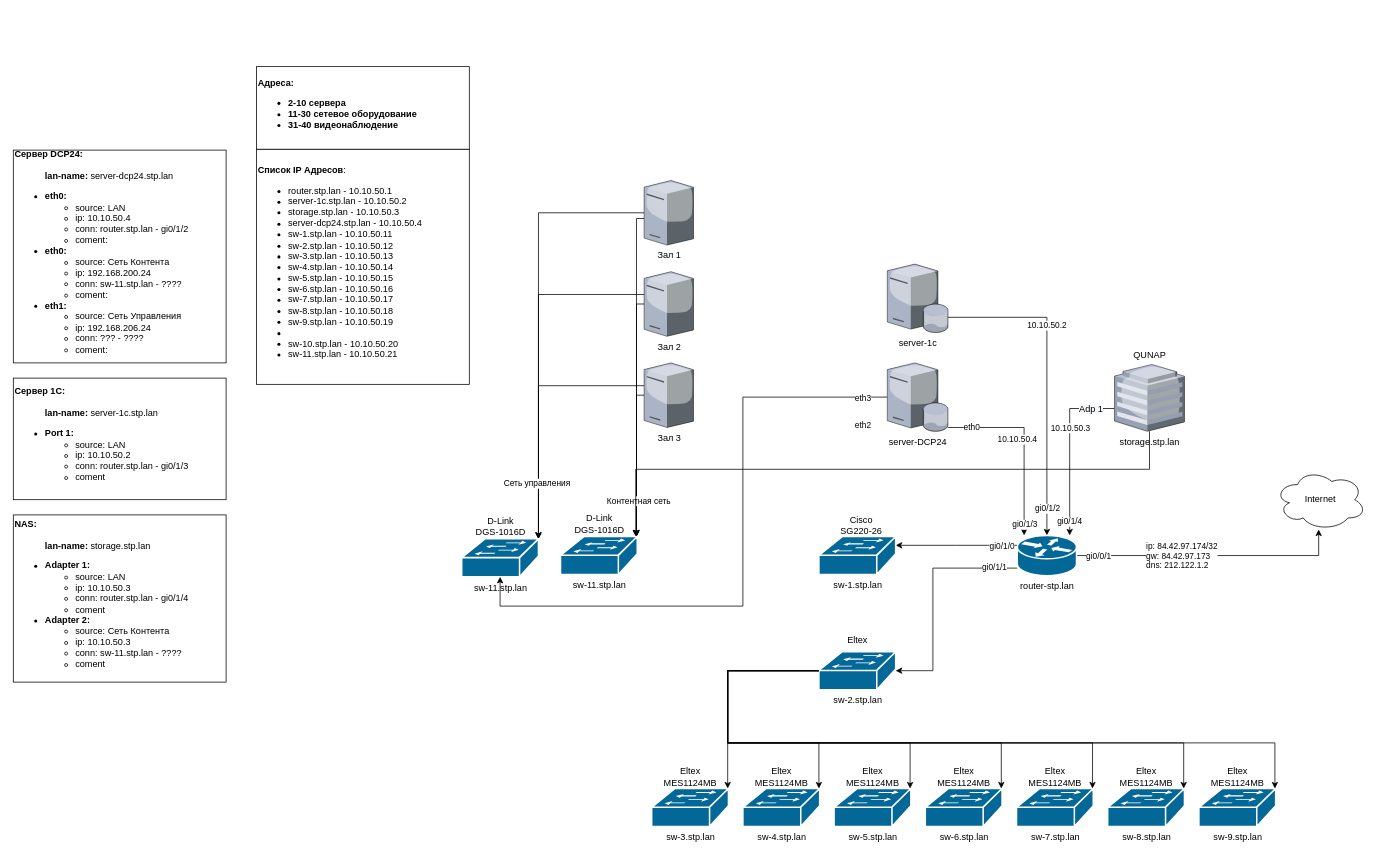
This is network-map.drawio from lex1010011010/kino-khv, a draw.io file, before an edit. Source tidied: cells renumbered, new cells numbered last; positions are measured from the earlier drawing's top-left corner, leaving out a move shared by most shapes. Both pictures are drawn from the tidied source at 76%, with x=0, y=0 at pixel (13, 66).
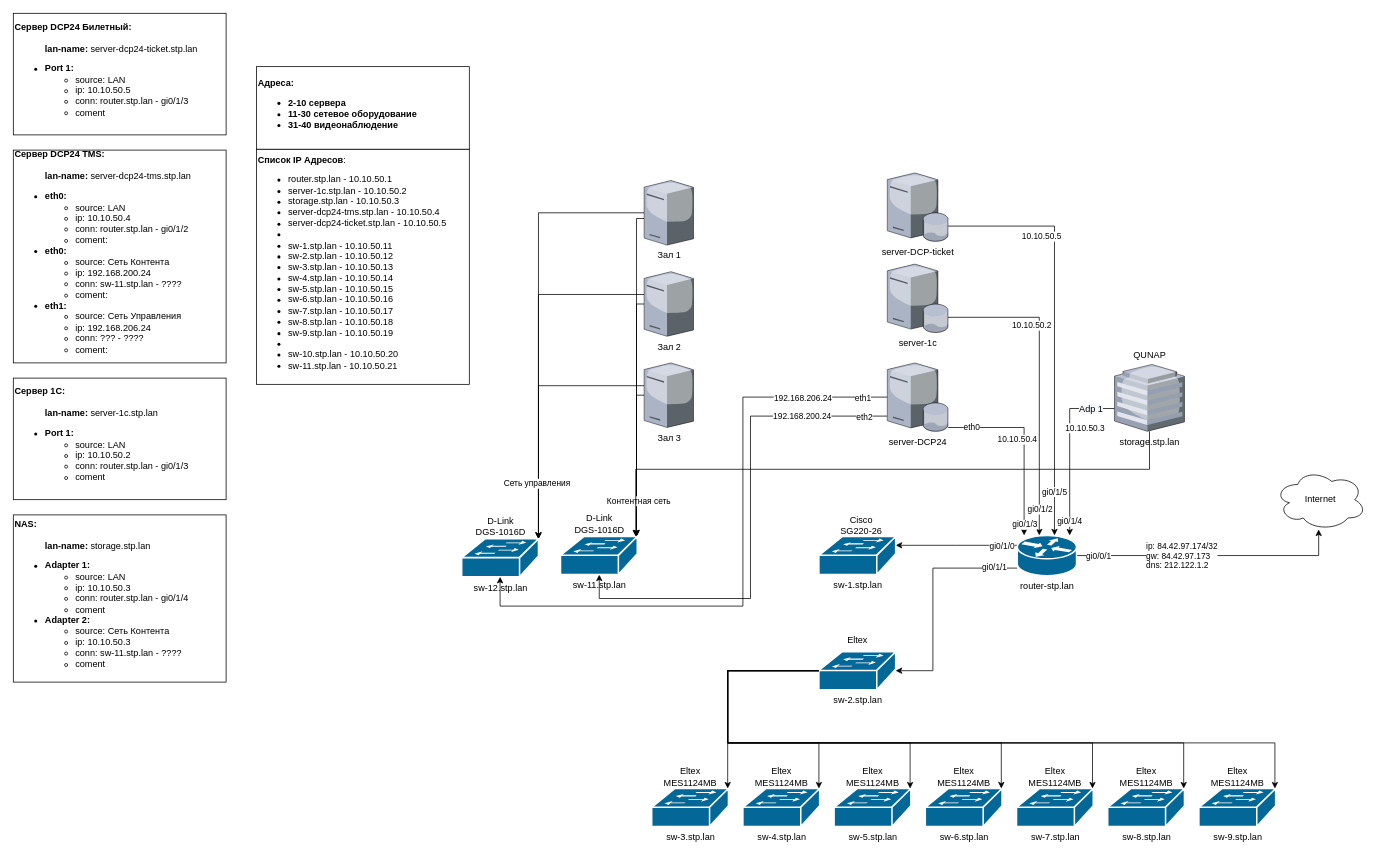
Above is the later version.

The change refers to these unchanged cells:
```xml
<mxCell id="16" style="edgeStyle=orthogonalEdgeStyle;rounded=0;jettySize=auto;html=1;endArrow=none;endFill=0;startArrow=classic;startFill=1;" parent="1" edge="1" source="20" target="86">
  <mxGeometry relative="1" as="geometry">
    <Array as="points">
      <mxPoint x="1390" y="450" />
    </Array>
  </mxGeometry>
</mxCell>
<mxCell id="20" value="router-stp.lan" style="shape=mxgraph.cisco.routers.router;sketch=0;html=1;dashed=0;fillColor=#036897;strokeColor=#ffffff;strokeWidth=2;verticalLabelPosition=bottom;verticalAlign=top;align=center;outlineConnect=0;" parent="1" vertex="1">
  <mxGeometry x="1321" y="617" width="78" height="53" as="geometry" />
</mxCell>
<mxCell id="24" value="server-1c" style="verticalLabelPosition=bottom;sketch=0;html=1;verticalAlign=top;strokeColor=none;align=center;outlineConnect=0;shape=mxgraph.citrix.database_server;" parent="1" vertex="1">
  <mxGeometry x="1150" y="260" width="80" height="90" as="geometry" />
</mxCell>
<mxCell id="25" value="server-DCP24" style="verticalLabelPosition=bottom;sketch=0;html=1;verticalAlign=top;strokeColor=none;align=center;outlineConnect=0;shape=mxgraph.citrix.database_server;" parent="1" vertex="1">
  <mxGeometry x="1150" y="390" width="80" height="90" as="geometry" />
</mxCell>
<mxCell id="72" value="sw-11.stp.lan" style="shape=mxgraph.cisco.switches.workgroup_switch;sketch=0;html=1;dashed=0;fillColor=#036897;strokeColor=#ffffff;strokeWidth=2;verticalLabelPosition=bottom;verticalAlign=top;align=center;outlineConnect=0;" parent="71" vertex="1">
  <mxGeometry y="31.5" width="101" height="50" as="geometry" />
</mxCell>
<mxCell id="74" style="group;" parent="1" vertex="1">
  <mxGeometry x="590" y="590" width="101" height="81.5" as="geometry" />
</mxCell>
<mxCell id="77" style="edgeStyle=orthogonalEdgeStyle;rounded=0;jettySize=auto;html=1;endArrow=none;endFill=0;startArrow=classic;startFill=1;" parent="1" edge="1" source="75" target="25">
  <mxGeometry relative="1" as="geometry">
    <Array as="points">
      <mxPoint x="641" y="710" />
      <mxPoint x="960" y="710" />
      <mxPoint x="960" y="435" />
    </Array>
  </mxGeometry>
</mxCell>
<mxCell id="81" style="group;" parent="1" vertex="1">
  <mxGeometry x="320" y="0.2" width="280" height="418" as="geometry" />
</mxCell>
```

What changed in the source:
```diff
@@
     <mxCell id="5" style="edgeStyle=orthogonalEdgeStyle;rounded=0;jettySize=auto;html=1;endArrow=none;endFill=0;startArrow=classic;startFill=1;" parent="1" edge="1" source="20" target="24">
       <mxGeometry relative="1" as="geometry">
         <Array as="points">
-          <mxPoint x="1360" y="330" />
+          <mxPoint x="1350" y="330" />
         </Array>
       </mxGeometry>
     </mxCell>
     <mxCell id="6" value="10.10.50.2" style="edgeLabel;html=1;align=center;verticalAlign=middle;" parent="5" vertex="1">
       <mxGeometry x="0.67" y="2" relative="1" as="geometry">
-        <mxPoint x="60" y="8" as="offset" />
+        <mxPoint x="42" y="8" as="offset" />
       </mxGeometry>
     </mxCell>
@@
     <mxCell id="18" value="10.10.50.3" style="edgeLabel;html=1;align=center;verticalAlign=middle;" parent="16" vertex="1">
-      <mxGeometry x="0.26" relative="1" as="geometry" />
+      <mxGeometry x="0.26" relative="1" as="geometry">
+        <mxPoint x="19" as="offset" />
+      </mxGeometry>
     </mxCell>
@@
-    <mxCell id="21" style="edgeStyle=orthogonalEdgeStyle;rounded=0;jettySize=auto;html=1;strokeColor=none;endArrow=none;endFill=0;startArrow=classic;startFill=1;" parent="1" edge="1" source="72" target="25">
-      <mxGeometry relative="1" as="geometry">
-        <Array as="points">
-          <mxPoint x="1000" y="643" />
-          <mxPoint x="1000" y="470" />
-        </Array>
-      </mxGeometry>
-    </mxCell>
-    <mxCell id="22" value="eth2" style="edgeLabel;html=1;align=center;verticalAlign=middle;" parent="21" vertex="1">
-      <mxGeometry x="0.87" y="-1" relative="1" as="geometry" />
-    </mxCell>
@@
+    <mxCell id="89" style="edgeStyle=orthogonalEdgeStyle;rounded=0;jettySize=auto;html=1;startArrow=none;startFill=0;endArrow=classic;endFill=1;" parent="1" edge="1" source="25" target="72">
+      <mxGeometry relative="1" as="geometry">
+        <Array as="points">
+          <mxPoint x="970" y="460" />
+          <mxPoint x="970" y="700" />
+          <mxPoint x="771" y="700" />
+        </Array>
+      </mxGeometry>
+    </mxCell>
+    <mxCell id="22" value="eth2" style="edgeLabel;html=1;align=center;verticalAlign=middle;" parent="89" vertex="1">
+      <mxGeometry x="-0.9" y="1" relative="1" as="geometry">
+        <mxPoint x="2" as="offset" />
+      </mxGeometry>
+    </mxCell>
+    <mxCell id="90" value="192.168.200.24" style="edgeLabel;html=1;align=center;verticalAlign=middle;" parent="89" vertex="1">
+      <mxGeometry x="-0.65" y="-1" relative="1" as="geometry">
+        <mxPoint x="1" as="offset" />
+      </mxGeometry>
+    </mxCell>
@@
-    <mxCell id="75" value="sw-11.stp.lan" style="shape=mxgraph.cisco.switches.workgroup_switch;sketch=0;html=1;dashed=0;fillColor=#036897;strokeColor=#ffffff;strokeWidth=2;verticalLabelPosition=bottom;verticalAlign=top;align=center;outlineConnect=0;" parent="74" vertex="1">
+    <mxCell id="75" value="sw-12.stp.lan" style="shape=mxgraph.cisco.switches.workgroup_switch;sketch=0;html=1;dashed=0;fillColor=#036897;strokeColor=#ffffff;strokeWidth=2;verticalLabelPosition=bottom;verticalAlign=top;align=center;outlineConnect=0;" parent="74" vertex="1">
       <mxGeometry y="31.5" width="101" height="50" as="geometry" />
     </mxCell>
@@
-    <mxCell id="78" value="eth3" style="edgeLabel;html=1;align=center;verticalAlign=middle;" parent="77" vertex="1">
+    <mxCell id="78" value="eth1" style="edgeLabel;html=1;align=center;verticalAlign=middle;" parent="77" vertex="1">
       <mxGeometry x="0.91" y="-1" relative="1" as="geometry">
         <mxPoint x="4" y="-1" as="offset" />
       </mxGeometry>
     </mxCell>
+    <mxCell id="91" value="192.168.206.24" style="edgeLabel;html=1;align=center;verticalAlign=middle;" parent="77" vertex="1">
+      <mxGeometry x="0.67" relative="1" as="geometry">
+        <mxPoint x="24" as="offset" />
+      </mxGeometry>
+    </mxCell>
-    <mxCell id="79" value="&lt;div&gt;&lt;b&gt;Сервер DCP24:&lt;/b&gt;&lt;/div&gt;&lt;div&gt;&lt;b&gt;&lt;br&gt;&lt;/b&gt;&lt;/div&gt;&lt;blockquote style=&quot;margin: 0 0 0 40px ; border: none ; padding: 0px&quot;&gt;&lt;div&gt;&lt;b&gt;lan-name: &lt;/b&gt;server-dcp24.stp.lan&lt;/div&gt;&lt;/blockquote&gt;&lt;div&gt;&lt;ul&gt;&lt;li style=&quot;font-weight: bold&quot;&gt;&lt;b&gt;eth0:&lt;/b&gt;&lt;/li&gt;&lt;ul&gt;&lt;li&gt;source: LAN&lt;/li&gt;&lt;li&gt;ip: 10.10.50.4&lt;/li&gt;&lt;li&gt;conn: router.stp.lan - gi0/1/2&lt;/li&gt;&lt;li&gt;coment:&lt;/li&gt;&lt;/ul&gt;&lt;li style=&quot;font-weight: bold&quot;&gt;&lt;b&gt;eth0:&lt;/b&gt;&lt;/li&gt;&lt;ul&gt;&lt;li&gt;source: Сеть Контента&lt;/li&gt;&lt;li&gt;ip: 192.168.200.24&lt;/li&gt;&lt;li&gt;conn: sw-11.stp.lan - ????&lt;/li&gt;&lt;li&gt;coment:&lt;/li&gt;&lt;/ul&gt;&lt;li style=&quot;font-weight: bold&quot;&gt;&lt;b&gt;eth1:&lt;/b&gt;&lt;/li&gt;&lt;ul&gt;&lt;li&gt;source: Сеть Управления&lt;/li&gt;&lt;li&gt;ip: 192.168.206.24&lt;/li&gt;&lt;li&gt;conn: ??? - ????&lt;/li&gt;&lt;li&gt;coment:&lt;/li&gt;&lt;/ul&gt;&lt;/ul&gt;&lt;/div&gt;&lt;span style=&quot;font-weight: bold&quot;&gt; &lt;/span&gt;&lt;span style=&quot;font-weight: bold&quot;&gt; &lt;/span&gt;" style="rounded=0;whiteSpace=wrap;html=1;align=left;" parent="1" vertex="1">
+    <mxCell id="79" value="&lt;div&gt;&lt;b&gt;Сервер DCP24 TMS:&lt;/b&gt;&lt;/div&gt;&lt;div&gt;&lt;b&gt;&lt;br&gt;&lt;/b&gt;&lt;/div&gt;&lt;blockquote style=&quot;margin: 0 0 0 40px ; border: none ; padding: 0px&quot;&gt;&lt;div&gt;&lt;b&gt;lan-name: &lt;/b&gt;server-dcp24-tms.stp.lan&lt;/div&gt;&lt;/blockquote&gt;&lt;div&gt;&lt;ul&gt;&lt;li style=&quot;font-weight: bold&quot;&gt;&lt;b&gt;eth0:&lt;/b&gt;&lt;/li&gt;&lt;ul&gt;&lt;li&gt;source: LAN&lt;/li&gt;&lt;li&gt;ip: 10.10.50.4&lt;/li&gt;&lt;li&gt;conn: router.stp.lan - gi0/1/2&lt;/li&gt;&lt;li&gt;coment:&lt;/li&gt;&lt;/ul&gt;&lt;li style=&quot;font-weight: bold&quot;&gt;&lt;b&gt;eth0:&lt;/b&gt;&lt;/li&gt;&lt;ul&gt;&lt;li&gt;source: Сеть Контента&lt;/li&gt;&lt;li&gt;ip: 192.168.200.24&lt;/li&gt;&lt;li&gt;conn: sw-11.stp.lan - ????&lt;/li&gt;&lt;li&gt;coment:&lt;/li&gt;&lt;/ul&gt;&lt;li style=&quot;font-weight: bold&quot;&gt;&lt;b&gt;eth1:&lt;/b&gt;&lt;/li&gt;&lt;ul&gt;&lt;li&gt;source: Сеть Управления&lt;/li&gt;&lt;li&gt;ip: 192.168.206.24&lt;/li&gt;&lt;li&gt;conn: ??? - ????&lt;/li&gt;&lt;li&gt;coment:&lt;/li&gt;&lt;/ul&gt;&lt;/ul&gt;&lt;/div&gt;&lt;span style=&quot;font-weight: bold&quot;&gt; &lt;/span&gt;&lt;span style=&quot;font-weight: bold&quot;&gt; &lt;/span&gt;" style="rounded=0;whiteSpace=wrap;html=1;align=left;" parent="1" vertex="1">
       <mxGeometry y="110" width="280" height="280" as="geometry" />
     </mxCell>
@@
-    <mxCell id="82" value="&lt;b&gt;Список IP Адресов&lt;/b&gt;:&lt;br&gt;&lt;ul&gt;&lt;li&gt;router.stp.lan - 10.10.50.1&lt;/li&gt;&lt;li&gt;server-1c.stp.lan - 10.10.50.2&lt;/li&gt;&lt;li&gt;storage.stp.lan - 10.10.50.3&lt;/li&gt;&lt;li&gt;server-dcp24.stp.lan - 10.10.50.4&lt;/li&gt;&lt;li&gt;sw-1.stp.lan - 10.10.50.11&lt;/li&gt;&lt;li&gt;sw-2.stp.lan - 10.10.50.12&lt;/li&gt;&lt;li&gt;sw-3.stp.lan - 10.10.50.13&lt;/li&gt;&lt;li&gt;sw-4.stp.lan - 10.10.50.14&lt;/li&gt;&lt;li&gt;sw-5.stp.lan - 10.10.50.15&lt;/li&gt;&lt;li&gt;sw-6.stp.lan - 10.10.50.16&lt;/li&gt;&lt;li&gt;sw-7.stp.lan - 10.10.50.17&lt;/li&gt;&lt;li&gt;sw-8.stp.lan - 10.10.50.18&lt;/li&gt;&lt;li&gt;sw-9.stp.lan - 10.10.50.19&lt;/li&gt;&lt;li&gt;&lt;br&gt;&lt;/li&gt;&lt;li&gt;sw-10.stp.lan - 10.10.50.20&lt;/li&gt;&lt;li&gt;sw-11.stp.lan - 10.10.50.21&lt;/li&gt;&lt;/ul&gt;" style="rounded=0;whiteSpace=wrap;html=1;align=left;" parent="81" vertex="1">
+    <mxCell id="82" value="&lt;b&gt;Список IP Адресов&lt;/b&gt;:&lt;br&gt;&lt;ul&gt;&lt;li&gt;router.stp.lan - 10.10.50.1&lt;/li&gt;&lt;li&gt;server-1c.stp.lan - 10.10.50.2&lt;/li&gt;&lt;li&gt;storage.stp.lan - 10.10.50.3&lt;/li&gt;&lt;li&gt;server-dcp24-tms.stp.lan - 10.10.50.4&lt;/li&gt;&lt;li&gt;server-dcp24-ticket.stp.lan - 10.10.50.5&lt;/li&gt;&lt;li&gt;&lt;br&gt;&lt;/li&gt;&lt;li&gt;sw-1.stp.lan - 10.10.50.11&lt;/li&gt;&lt;li&gt;sw-2.stp.lan - 10.10.50.12&lt;/li&gt;&lt;li&gt;sw-3.stp.lan - 10.10.50.13&lt;/li&gt;&lt;li&gt;sw-4.stp.lan - 10.10.50.14&lt;/li&gt;&lt;li&gt;sw-5.stp.lan - 10.10.50.15&lt;/li&gt;&lt;li&gt;sw-6.stp.lan - 10.10.50.16&lt;/li&gt;&lt;li&gt;sw-7.stp.lan - 10.10.50.17&lt;/li&gt;&lt;li&gt;sw-8.stp.lan - 10.10.50.18&lt;/li&gt;&lt;li&gt;sw-9.stp.lan - 10.10.50.19&lt;/li&gt;&lt;li&gt;&lt;br&gt;&lt;/li&gt;&lt;li&gt;sw-10.stp.lan - 10.10.50.20&lt;/li&gt;&lt;li&gt;sw-11.stp.lan - 10.10.50.21&lt;/li&gt;&lt;/ul&gt;" style="rounded=0;whiteSpace=wrap;html=1;align=left;" parent="81" vertex="1">
       <mxGeometry y="108.6" width="280" height="309.4" as="geometry" />
     </mxCell>
@@
+    <mxCell id="92" style="edgeStyle=orthogonalEdgeStyle;rounded=0;jettySize=auto;html=1;startArrow=none;startFill=0;endArrow=classic;endFill=1;" parent="1" edge="1" source="95" target="20">
+      <mxGeometry relative="1" as="geometry">
+        <Array as="points">
+          <mxPoint x="1370" y="210" />
+        </Array>
+      </mxGeometry>
+    </mxCell>
+    <mxCell id="93" value="gi0/1/5" style="edgeLabel;html=1;align=center;verticalAlign=middle;" parent="92" vertex="1">
+      <mxGeometry x="0.77" y="-1" relative="1" as="geometry">
+        <mxPoint y="5" as="offset" />
+      </mxGeometry>
+    </mxCell>
+    <mxCell id="94" value="10.10.50.5" style="edgeLabel;html=1;align=center;verticalAlign=middle;" parent="92" vertex="1">
+      <mxGeometry x="-0.46" y="-2" relative="1" as="geometry">
+        <mxPoint x="-16" y="5" as="offset" />
+      </mxGeometry>
+    </mxCell>
+    <mxCell id="95" value="server-DCP-ticket" style="verticalLabelPosition=bottom;sketch=0;html=1;verticalAlign=top;strokeColor=none;align=center;outlineConnect=0;shape=mxgraph.citrix.database_server;" parent="1" vertex="1">
+      <mxGeometry x="1150" y="140" width="80" height="90" as="geometry" />
+    </mxCell>
+    <mxCell id="96" value="&lt;div&gt;&lt;b&gt;Сервер DCP24 Билетный:&lt;/b&gt;&lt;/div&gt;&lt;div&gt;&lt;b&gt;&lt;br&gt;&lt;/b&gt;&lt;/div&gt;&lt;blockquote style=&quot;margin: 0 0 0 40px ; border: none ; padding: 0px&quot;&gt;&lt;div&gt;&lt;b&gt;lan-name:&amp;nbsp;&lt;/b&gt;&lt;span&gt;server-dcp24-ticket.stp.lan&lt;/span&gt;&lt;/div&gt;&lt;/blockquote&gt;&lt;div&gt;&lt;ul&gt;&lt;li&gt;&lt;b&gt;Port 1:&lt;/b&gt;&lt;/li&gt;&lt;ul&gt;&lt;li&gt;source: LAN&lt;/li&gt;&lt;li&gt;ip: 10.10.50.5&lt;/li&gt;&lt;li&gt;conn: router.stp.lan - gi0/1/3&lt;/li&gt;&lt;li&gt;coment&lt;/li&gt;&lt;/ul&gt;&lt;/ul&gt;&lt;/div&gt;&lt;span style=&quot;font-weight: bold&quot;&gt; &lt;/span&gt;&lt;span style=&quot;font-weight: bold&quot;&gt; &lt;/span&gt;" style="rounded=0;whiteSpace=wrap;html=1;align=left;" parent="1" vertex="1">
+      <mxGeometry y="-70" width="280" height="160" as="geometry" />
+    </mxCell>
```
